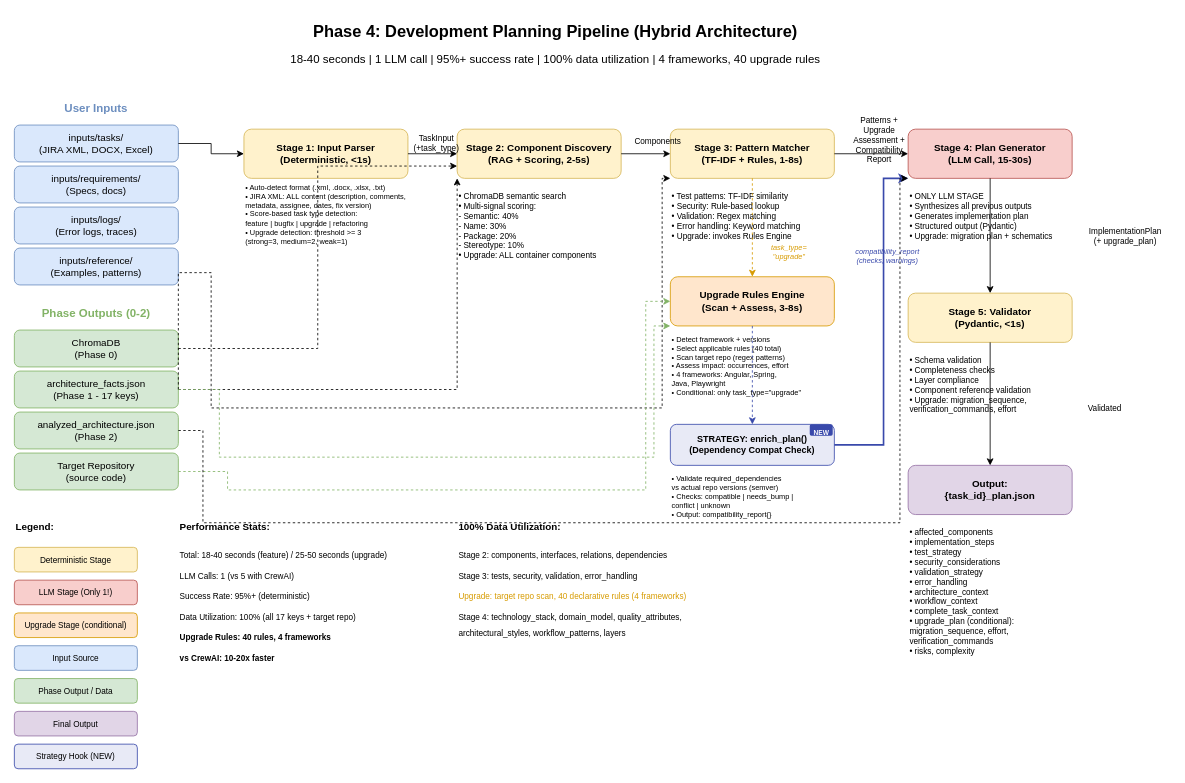
Earlier version of the draw.io diagram docs/phases/phase-5-plan/phase-5-plan-architecture.drawio (aymenmastouri/aicodegencrew). Source tidied: cells renumbered, new cells numbered last; positions are measured from the earlier drawing's top-left corner, leaving out a move shared by most shapes. Both pictures are drawn from the tidied source at 82%, with x=0, y=0 at pixel (14, 14).
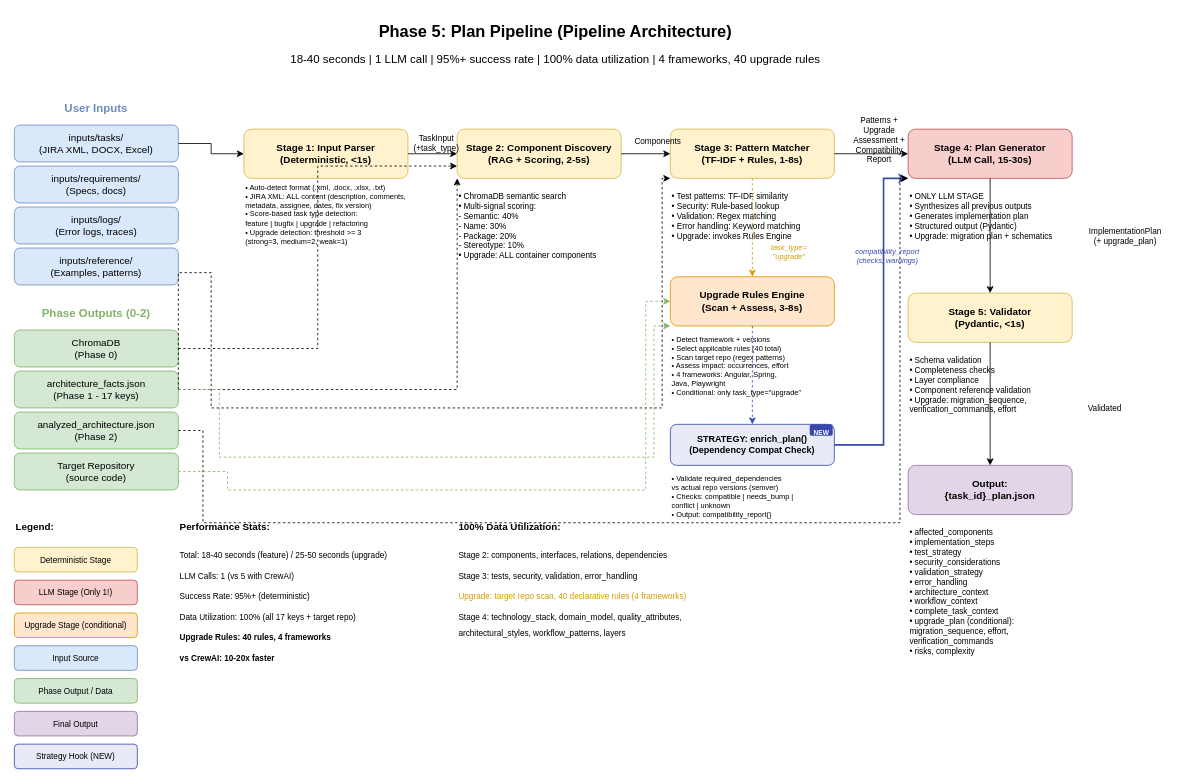
After the change.

The edit, as a diff of the source:
```diff
@@
-    <mxCell id="2" value="Phase 4: Development Planning Pipeline (Hybrid Architecture)" style="text;html=1;strokeColor=none;fillColor=none;align=center;verticalAlign=middle;whiteSpace=wrap;rounded=0;fontSize=20;fontStyle=1;" parent="1" vertex="1">
+    <mxCell id="2" value="Phase 5: Plan Pipeline (Pipeline Architecture)" style="text;html=1;strokeColor=none;fillColor=none;align=center;verticalAlign=middle;whiteSpace=wrap;rounded=0;fontSize=20;fontStyle=1;" parent="1" vertex="1">
       <mxGeometry x="360" width="600" height="40" as="geometry" />
     </mxCell>
```
